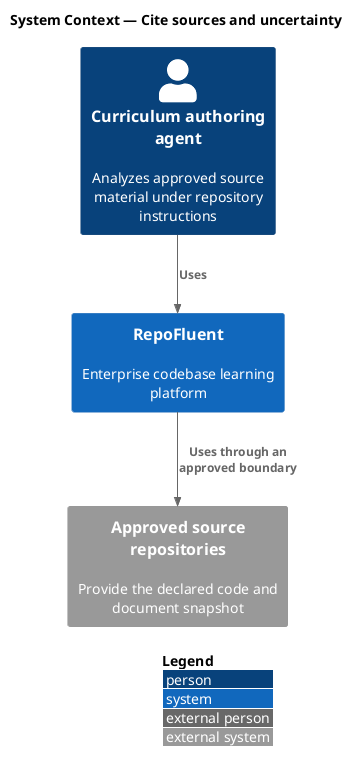
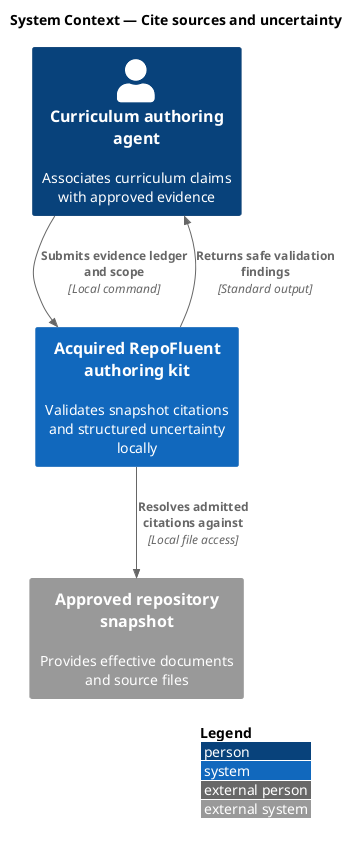
@startuml
!include <C4/C4_Context>
LAYOUT_WITH_LEGEND()
title System Context — Cite sources and uncertainty

- Person(actor, "Curriculum authoring agent", "Analyzes approved source material under repository instructions")
- System(repofluent, "RepoFluent", "Enterprise codebase learning platform")
- System_Ext(dependency, "Approved source repositories", "Provide the declared code and document snapshot")
+ Person(agent, "Curriculum authoring agent", "Associates curriculum claims with approved evidence")
+ System(kit, "Acquired RepoFluent authoring kit", "Validates snapshot citations and structured uncertainty locally")
+ System_Ext(repository, "Approved repository snapshot", "Provides effective documents and source files")

- Rel(actor, repofluent, "Uses")
- Rel(repofluent, dependency, "Uses through an approved boundary")
+ Rel(agent, kit, "Submits evidence ledger and scope", "Local command")
+ Rel(kit, repository, "Resolves admitted citations against", "Local file access")
+ Rel(kit, agent, "Returns safe validation findings", "Standard output")
@enduml
